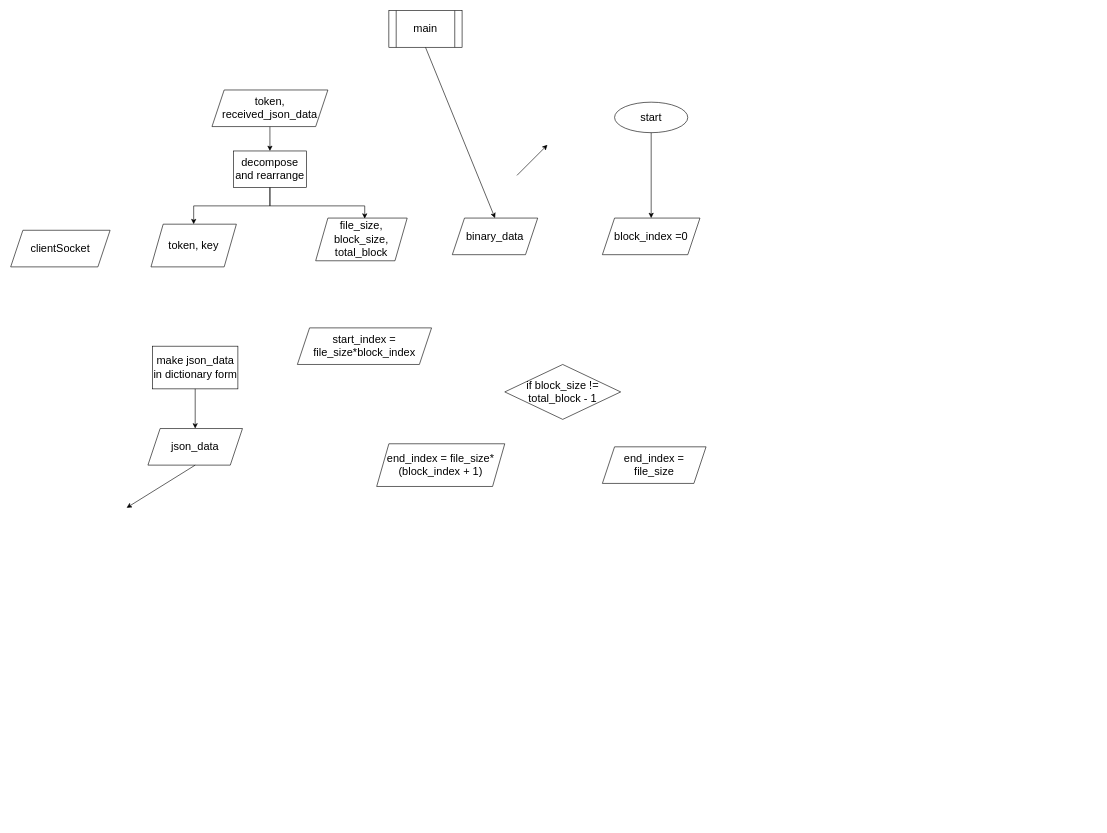
Earlier version of the draw.io diagram page "file uploading" (5 of 5) of Untitled Diagram.drawio (1102131860/CAN201). Source tidied: cells renumbered, new cells numbered last; positions are measured from the earlier drawing's top-left corner, leaving out a move shared by most shapes. Both pictures are drawn from the tidied source at 61%, with x=0, y=0 at pixel (10, 10).
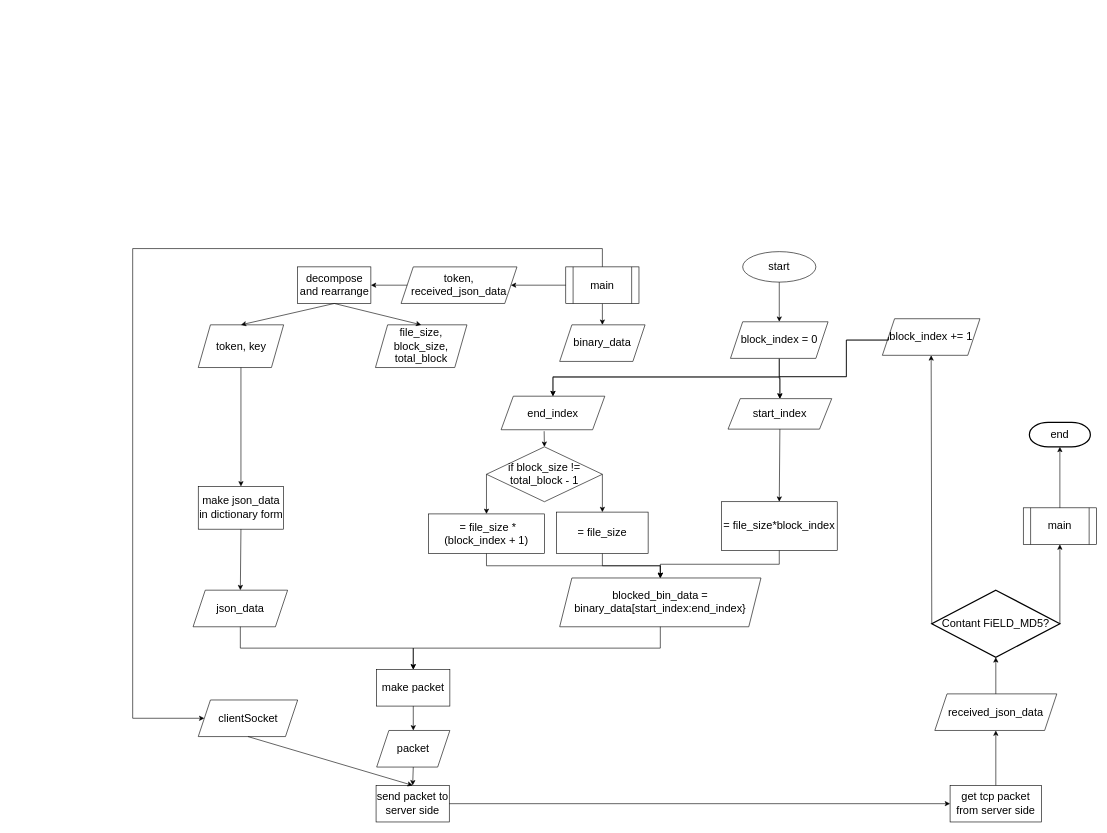
The same diagram, later.

The edit, as a diff of the source:
```diff
@@
     <mxCell id="2" value="start" style="ellipse;whiteSpace=wrap;html=1;fontSize=18;" parent="1" vertex="1">
-      <mxGeometry x="990" y="150" width="120" height="50" as="geometry" />
+      <mxGeometry x="1200" y="395" width="120" height="50" as="geometry" />
     </mxCell>
-    <mxCell id="3" style="endArrow=classic;html=1;rounded=0;fontSize=18;exitX=0.5;exitY=1;exitDx=0;exitDy=0;entryX=0.5;entryY=0;entryDx=0;entryDy=0;" parent="1" edge="1" source="18" target="8">
-      <mxGeometry relative="1" as="geometry" />
-    </mxCell>
     <mxCell id="4" value="make json_data in dictionary form" style="rounded=0;whiteSpace=wrap;html=1;fontSize=18;" parent="1" vertex="1">
-      <mxGeometry x="232.5" y="550" width="140" height="70" as="geometry" />
+      <mxGeometry x="307.5" y="780" width="140" height="70" as="geometry" />
     </mxCell>
@@
     <mxCell id="6" value="json_data" style="shape=parallelogram;perimeter=parallelogramPerimeter;whiteSpace=wrap;html=1;fixedSize=1;fontSize=18;" parent="1" vertex="1">
-      <mxGeometry x="225" y="685" width="155" height="60" as="geometry" />
+      <mxGeometry x="299" y="950" width="155" height="60" as="geometry" />
     </mxCell>
-    <mxCell id="7" style="endArrow=classic;html=1;rounded=0;fontSize=18;exitX=0.5;exitY=1;exitDx=0;exitDy=0;" parent="1" edge="1" source="6">
-      <mxGeometry relative="1" as="geometry">
-        <mxPoint x="190" y="815" as="targetPoint" />
-      </mxGeometry>
+    <mxCell id="7" style="endArrow=classic;html=1;rounded=0;fontSize=18;exitX=0.5;exitY=1;exitDx=0;exitDy=0;entryX=0.5;entryY=0;entryDx=0;entryDy=0;edgeStyle=orthogonalEdgeStyle;" parent="1" edge="1" source="6" target="29">
+      <mxGeometry relative="1" as="geometry" />
     </mxCell>
     <mxCell id="8" value="decompose and rearrange" style="rounded=0;whiteSpace=wrap;html=1;fontSize=18;" parent="1" vertex="1">
-      <mxGeometry x="365" y="230" width="120" height="60" as="geometry" />
+      <mxGeometry x="470.5" y="420" width="120" height="60" as="geometry" />
     </mxCell>
-    <mxCell id="9" style="endArrow=classic;html=1;rounded=0;fontSize=18;" parent="1" edge="1">
+    <mxCell id="9" style="endArrow=classic;html=1;rounded=0;fontSize=18;exitX=0.5;exitY=0;exitDx=0;exitDy=0;edgeStyle=orthogonalEdgeStyle;entryX=0;entryY=0.5;entryDx=0;entryDy=0;" parent="1" edge="1" source="20" target="24">
       <mxGeometry relative="1" as="geometry">
-        <mxPoint x="830" y="270" as="sourcePoint" />
-        <mxPoint x="880" y="220" as="targetPoint" />
+        <Array as="points">
+          <mxPoint x="970" y="390" />
+          <mxPoint x="200" y="390" />
+          <mxPoint x="200" y="1160" />
+        </Array>
       </mxGeometry>
     </mxCell>
-    <mxCell id="10" value="block_index =0" style="shape=parallelogram;perimeter=parallelogramPerimeter;whiteSpace=wrap;html=1;fixedSize=1;fontSize=18;" parent="1" vertex="1">
-      <mxGeometry x="970" y="340" width="160" height="60" as="geometry" />
-    </mxCell>
-    <mxCell id="11" style="endArrow=classic;html=1;rounded=0;fontSize=18;exitX=0.5;exitY=1;exitDx=0;exitDy=0;entryX=0.5;entryY=0;entryDx=0;entryDy=0;edgeStyle=orthogonalEdgeStyle;" parent="1" edge="1" source="8" target="22">
-      <mxGeometry relative="1" as="geometry" />
-    </mxCell>
-    <mxCell id="12" style="endArrow=classic;html=1;rounded=0;fontSize=18;exitX=0.5;exitY=1;exitDx=0;exitDy=0;entryX=0.536;entryY=0.013;entryDx=0;entryDy=0;edgeStyle=orthogonalEdgeStyle;entryPerimeter=0;" parent="1" edge="1" source="8" target="23">
-      <mxGeometry relative="1" as="geometry">
-        <Array as="points">
-          <mxPoint x="425" y="320" />
-          <mxPoint x="580" y="320" />
-        </Array>
-      </mxGeometry>
-    </mxCell>
-    <mxCell id="13" style="endArrow=classic;html=1;rounded=0;fontSize=18;exitX=0.5;exitY=1;exitDx=0;exitDy=0;entryX=0.5;entryY=0;entryDx=0;entryDy=0;" parent="1" edge="1" source="2" target="10">
+    <mxCell id="13" style="endArrow=classic;html=1;rounded=0;fontSize=18;exitX=0.5;exitY=1;exitDx=0;exitDy=0;entryX=0.5;entryY=0;entryDx=0;entryDy=0;" parent="1" edge="1" source="2" target="49">
       <mxGeometry relative="1" as="geometry" />
     </mxCell>
-    <mxCell id="14" value="start_index = file_size*block_index" style="shape=parallelogram;perimeter=parallelogramPerimeter;whiteSpace=wrap;html=1;fixedSize=1;fontSize=18;" parent="1" vertex="1">
-      <mxGeometry x="470" y="520" width="220" height="60" as="geometry" />
+    <mxCell id="14" value="start_index" style="shape=parallelogram;perimeter=parallelogramPerimeter;whiteSpace=wrap;html=1;fixedSize=1;fontSize=18;" parent="1" vertex="1">
+      <mxGeometry x="1176" y="636" width="170" height="50" as="geometry" />
     </mxCell>
     <mxCell id="15" value="if block_size != total_block - 1" style="rhombus;whiteSpace=wrap;html=1;fontSize=18;" parent="1" vertex="1">
-      <mxGeometry x="810" y="580" width="190" height="90" as="geometry" />
+      <mxGeometry x="780" y="715" width="190" height="90" as="geometry" />
     </mxCell>
-    <mxCell id="16" value="end_index = file_size*(block_index + 1)" style="shape=parallelogram;perimeter=parallelogramPerimeter;whiteSpace=wrap;html=1;fixedSize=1;fontSize=18;" parent="1" vertex="1">
-      <mxGeometry x="600" y="710" width="210" height="70" as="geometry" />
+    <mxCell id="16" value="end_index" style="shape=parallelogram;perimeter=parallelogramPerimeter;whiteSpace=wrap;html=1;fixedSize=1;fontSize=18;" parent="1" vertex="1">
+      <mxGeometry x="804" y="632" width="170" height="55" as="geometry" />
     </mxCell>
-    <mxCell id="17" value="end_index = file_size" style="shape=parallelogram;perimeter=parallelogramPerimeter;whiteSpace=wrap;html=1;fixedSize=1;fontSize=18;" parent="1" vertex="1">
-      <mxGeometry x="970" y="715" width="170" height="60" as="geometry" />
-    </mxCell>
     <mxCell id="18" value="token,&lt;br&gt;received_json_data" style="shape=parallelogram;perimeter=parallelogramPerimeter;whiteSpace=wrap;html=1;fixedSize=1;fontSize=18;" parent="1" vertex="1">
-      <mxGeometry x="330" y="130" width="190" height="60" as="geometry" />
+      <mxGeometry x="640" y="420" width="190" height="60" as="geometry" />
     </mxCell>
@@
     <mxCell id="20" value="main" style="shape=process;whiteSpace=wrap;html=1;backgroundOutline=1;fontSize=18;" parent="1" vertex="1">
-      <mxGeometry x="620" width="120" height="60" as="geometry" />
+      <mxGeometry x="910" y="420" width="120" height="60" as="geometry" />
     </mxCell>
     <mxCell id="21" value="binary_data" style="shape=parallelogram;perimeter=parallelogramPerimeter;whiteSpace=wrap;html=1;fixedSize=1;fontSize=18;" parent="1" vertex="1">
-      <mxGeometry x="724" y="340" width="140" height="60" as="geometry" />
+      <mxGeometry x="900" y="515" width="140" height="60" as="geometry" />
     </mxCell>
     <mxCell id="22" value="token, key" style="shape=parallelogram;perimeter=parallelogramPerimeter;whiteSpace=wrap;html=1;fixedSize=1;fontSize=18;" parent="1" vertex="1">
-      <mxGeometry x="230" y="350" width="140" height="70" as="geometry" />
+      <mxGeometry x="307.5" y="515" width="140" height="70" as="geometry" />
     </mxCell>
     <mxCell id="23" value="file_size, block_size, total_block" style="shape=parallelogram;perimeter=parallelogramPerimeter;whiteSpace=wrap;html=1;fixedSize=1;fontSize=18;" parent="1" vertex="1">
-      <mxGeometry x="500" y="340" width="150" height="70" as="geometry" />
+      <mxGeometry x="598" y="515" width="150" height="70" as="geometry" />
     </mxCell>
     <mxCell id="24" value="clientSocket" style="shape=parallelogram;perimeter=parallelogramPerimeter;whiteSpace=wrap;html=1;fixedSize=1;fontSize=18;" parent="1" vertex="1">
-      <mxGeometry y="360" width="163" height="60" as="geometry" />
+      <mxGeometry x="307.5" y="1130" width="163" height="60" as="geometry" />
     </mxCell>
+    <mxCell id="25" value="blocked_bin_data = binary_data[start_index:end_index}" style="shape=parallelogram;perimeter=parallelogramPerimeter;whiteSpace=wrap;html=1;fixedSize=1;fontSize=18;" parent="1" vertex="1">
+      <mxGeometry x="900" y="930" width="330" height="80" as="geometry" />
+    </mxCell>
+    <mxCell id="26" value="&amp;nbsp;= file_size *(block_index + 1)" style="rounded=0;whiteSpace=wrap;html=1;fontSize=18;" parent="1" vertex="1">
+      <mxGeometry x="685" y="825" width="190" height="65" as="geometry" />
+    </mxCell>
+    <mxCell id="27" value="= file_size" style="rounded=0;whiteSpace=wrap;html=1;fontSize=18;" parent="1" vertex="1">
+      <mxGeometry x="895" y="822" width="150" height="68" as="geometry" />
+    </mxCell>
+    <mxCell id="28" value="= file_size*block_index" style="rounded=0;whiteSpace=wrap;html=1;fontSize=18;" parent="1" vertex="1">
+      <mxGeometry x="1165" y="805" width="190" height="80" as="geometry" />
+    </mxCell>
+    <mxCell id="29" value="make packet" style="rounded=0;whiteSpace=wrap;html=1;fontSize=18;" parent="1" vertex="1">
+      <mxGeometry x="600" y="1080" width="120" height="60" as="geometry" />
+    </mxCell>
+    <mxCell id="30" value="packet" style="shape=parallelogram;perimeter=parallelogramPerimeter;whiteSpace=wrap;html=1;fixedSize=1;fontSize=18;" parent="1" vertex="1">
+      <mxGeometry x="600" y="1180" width="120" height="60" as="geometry" />
+    </mxCell>
+    <mxCell id="31" value="send packet to server side" style="rounded=0;whiteSpace=wrap;html=1;fontSize=18;" parent="1" vertex="1">
+      <mxGeometry x="599" y="1270" width="120" height="60" as="geometry" />
+    </mxCell>
+    <mxCell id="32" value="get tcp packet from server side" style="rounded=0;whiteSpace=wrap;html=1;fontSize=18;" parent="1" vertex="1">
+      <mxGeometry x="1540" y="1270" width="150" height="60" as="geometry" />
+    </mxCell>
+    <mxCell id="33" value="Contant FiELD_MD5?" style="strokeWidth=2;html=1;shape=mxgraph.flowchart.decision;whiteSpace=wrap;fontSize=18;" parent="1" vertex="1">
+      <mxGeometry x="1510" y="950" width="210" height="110" as="geometry" />
+    </mxCell>
+    <mxCell id="34" value="received_json_data" style="shape=parallelogram;perimeter=parallelogramPerimeter;whiteSpace=wrap;html=1;fixedSize=1;fontSize=18;" parent="1" vertex="1">
+      <mxGeometry x="1515" y="1120" width="200" height="60" as="geometry" />
+    </mxCell>
+    <mxCell id="35" value="main" style="shape=process;whiteSpace=wrap;html=1;backgroundOutline=1;fontSize=18;" parent="1" vertex="1">
+      <mxGeometry x="1660" y="815" width="120" height="60" as="geometry" />
+    </mxCell>
+    <mxCell id="36" value="end" style="strokeWidth=2;html=1;shape=mxgraph.flowchart.terminator;whiteSpace=wrap;fontSize=18;" parent="1" vertex="1">
+      <mxGeometry x="1670" y="675" width="100" height="40" as="geometry" />
+    </mxCell>
+    <mxCell id="37" style="endArrow=classic;html=1;rounded=0;fontSize=18;entryX=1;entryY=0.5;entryDx=0;entryDy=0;exitX=0;exitY=0.5;exitDx=0;exitDy=0;" parent="1" edge="1" source="20" target="18">
+      <mxGeometry relative="1" as="geometry" />
+    </mxCell>
+    <mxCell id="3" style="endArrow=classic;html=1;rounded=0;fontSize=18;entryX=1;entryY=0.5;entryDx=0;entryDy=0;exitX=0;exitY=0.5;exitDx=0;exitDy=0;" parent="1" edge="1" source="18" target="8">
+      <mxGeometry relative="1" as="geometry" />
+    </mxCell>
+    <mxCell id="11" style="endArrow=classic;html=1;rounded=0;fontSize=18;exitX=0.5;exitY=1;exitDx=0;exitDy=0;entryX=0.5;entryY=0;entryDx=0;entryDy=0;" parent="1" edge="1" source="8" target="22">
+      <mxGeometry relative="1" as="geometry" />
+    </mxCell>
+    <mxCell id="12" style="endArrow=classic;html=1;rounded=0;fontSize=18;entryX=0.5;entryY=0;entryDx=0;entryDy=0;exitX=0.5;exitY=1;exitDx=0;exitDy=0;" parent="1" edge="1" source="8" target="23">
+      <mxGeometry relative="1" as="geometry" />
+    </mxCell>
+    <mxCell id="38" style="endArrow=classic;html=1;rounded=0;fontSize=18;entryX=0.5;entryY=0;entryDx=0;entryDy=0;exitX=0.5;exitY=1;exitDx=0;exitDy=0;edgeStyle=orthogonalEdgeStyle;" parent="1" edge="1" source="49" target="14">
+      <mxGeometry relative="1" as="geometry" />
+    </mxCell>
+    <mxCell id="39" style="endArrow=classic;html=1;rounded=0;fontSize=18;entryX=0.5;entryY=0;entryDx=0;entryDy=0;exitX=0.5;exitY=1;exitDx=0;exitDy=0;edgeStyle=orthogonalEdgeStyle;" parent="1" edge="1" source="49" target="16">
+      <mxGeometry relative="1" as="geometry" />
+    </mxCell>
+    <mxCell id="40" style="endArrow=classic;html=1;rounded=0;fontSize=18;exitX=0.415;exitY=1.043;exitDx=0;exitDy=0;exitPerimeter=0;entryX=0.5;entryY=0;entryDx=0;entryDy=0;" parent="1" edge="1" source="16" target="15">
+      <mxGeometry relative="1" as="geometry" />
+    </mxCell>
+    <mxCell id="41" style="endArrow=classic;html=1;rounded=0;fontSize=18;exitX=0.5;exitY=1;exitDx=0;exitDy=0;entryX=0.5;entryY=0;entryDx=0;entryDy=0;" parent="1" edge="1" source="22" target="4">
+      <mxGeometry relative="1" as="geometry" />
+    </mxCell>
+    <mxCell id="42" style="endArrow=classic;html=1;rounded=0;fontSize=18;exitX=0;exitY=0.5;exitDx=0;exitDy=0;entryX=0.5;entryY=0;entryDx=0;entryDy=0;" parent="1" edge="1" source="15" target="26">
+      <mxGeometry relative="1" as="geometry" />
+    </mxCell>
+    <mxCell id="43" style="endArrow=classic;html=1;rounded=0;fontSize=18;exitX=1;exitY=0.5;exitDx=0;exitDy=0;entryX=0.5;entryY=0;entryDx=0;entryDy=0;" parent="1" edge="1" source="15" target="27">
+      <mxGeometry relative="1" as="geometry" />
+    </mxCell>
+    <mxCell id="44" style="endArrow=classic;html=1;rounded=0;fontSize=18;exitX=0.5;exitY=1;exitDx=0;exitDy=0;entryX=0.5;entryY=0;entryDx=0;entryDy=0;edgeStyle=orthogonalEdgeStyle;" parent="1" edge="1" source="26" target="25">
+      <mxGeometry relative="1" as="geometry" />
+    </mxCell>
+    <mxCell id="45" style="endArrow=classic;html=1;rounded=0;fontSize=18;exitX=0.5;exitY=1;exitDx=0;exitDy=0;entryX=0.5;entryY=0;entryDx=0;entryDy=0;edgeStyle=orthogonalEdgeStyle;" parent="1" edge="1" source="27" target="25">
+      <mxGeometry relative="1" as="geometry" />
+    </mxCell>
+    <mxCell id="46" style="endArrow=classic;html=1;rounded=0;fontSize=18;exitX=0.5;exitY=1;exitDx=0;exitDy=0;entryX=0.5;entryY=0;entryDx=0;entryDy=0;edgeStyle=orthogonalEdgeStyle;" parent="1" edge="1" source="28" target="25">
+      <mxGeometry relative="1" as="geometry" />
+    </mxCell>
+    <mxCell id="47" style="endArrow=classic;html=1;rounded=0;fontSize=18;exitX=0.5;exitY=1;exitDx=0;exitDy=0;entryX=0.5;entryY=0;entryDx=0;entryDy=0;" parent="1" edge="1" source="14" target="28">
+      <mxGeometry relative="1" as="geometry" />
+    </mxCell>
+    <mxCell id="48" style="endArrow=classic;html=1;rounded=0;fontSize=18;exitX=0.5;exitY=1;exitDx=0;exitDy=0;entryX=0.5;entryY=0;entryDx=0;entryDy=0;edgeStyle=orthogonalEdgeStyle;" parent="1" edge="1" source="25" target="29">
+      <mxGeometry relative="1" as="geometry" />
+    </mxCell>
+    <mxCell id="49" value="block_index = 0" style="shape=parallelogram;perimeter=parallelogramPerimeter;whiteSpace=wrap;html=1;fixedSize=1;fontSize=18;" parent="1" vertex="1">
+      <mxGeometry x="1180" y="510" width="160" height="60" as="geometry" />
+    </mxCell>
+    <mxCell id="50" value="block_index += 1" style="shape=parallelogram;perimeter=parallelogramPerimeter;whiteSpace=wrap;html=1;fixedSize=1;fontSize=18;" parent="1" vertex="1">
+      <mxGeometry x="1429" y="505" width="160" height="60" as="geometry" />
+    </mxCell>
+    <mxCell id="51" style="endArrow=classic;html=1;rounded=0;fontSize=18;exitX=0.5;exitY=1;exitDx=0;exitDy=0;entryX=0.5;entryY=0;entryDx=0;entryDy=0;" parent="1" edge="1" source="29" target="30">
+      <mxGeometry relative="1" as="geometry" />
+    </mxCell>
+    <mxCell id="52" style="endArrow=classic;html=1;rounded=0;fontSize=18;exitX=0.5;exitY=1;exitDx=0;exitDy=0;entryX=0.5;entryY=0;entryDx=0;entryDy=0;" parent="1" edge="1" source="30" target="31">
+      <mxGeometry relative="1" as="geometry" />
+    </mxCell>
+    <mxCell id="53" style="endArrow=classic;html=1;rounded=0;fontSize=18;exitX=0.5;exitY=1;exitDx=0;exitDy=0;entryX=0.5;entryY=0;entryDx=0;entryDy=0;" parent="1" edge="1" source="24" target="31">
+      <mxGeometry relative="1" as="geometry" />
+    </mxCell>
+    <mxCell id="54" style="endArrow=classic;html=1;rounded=0;fontSize=18;exitX=1;exitY=0.5;exitDx=0;exitDy=0;entryX=0;entryY=0.5;entryDx=0;entryDy=0;" parent="1" edge="1" source="31" target="32">
+      <mxGeometry relative="1" as="geometry" />
+    </mxCell>
+    <mxCell id="55" style="endArrow=classic;html=1;rounded=0;fontSize=18;entryX=0.5;entryY=1;entryDx=0;entryDy=0;exitX=0.5;exitY=0;exitDx=0;exitDy=0;" parent="1" edge="1" source="32" target="34">
+      <mxGeometry relative="1" as="geometry" />
+    </mxCell>
+    <mxCell id="56" style="endArrow=classic;html=1;rounded=0;fontSize=18;entryX=0.5;entryY=1;entryDx=0;entryDy=0;exitX=0;exitY=0.5;exitDx=0;exitDy=0;exitPerimeter=0;" parent="1" edge="1" source="33" target="50">
+      <mxGeometry relative="1" as="geometry" />
+    </mxCell>
+    <mxCell id="57" style="endArrow=classic;html=1;rounded=0;fontSize=18;entryX=0.5;entryY=1;entryDx=0;entryDy=0;entryPerimeter=0;exitX=0.5;exitY=0;exitDx=0;exitDy=0;" parent="1" edge="1" source="34" target="33">
+      <mxGeometry relative="1" as="geometry" />
+    </mxCell>
+    <mxCell id="58" style="endArrow=classic;html=1;rounded=0;fontSize=18;entryX=0.5;entryY=1;entryDx=0;entryDy=0;exitX=1;exitY=0.5;exitDx=0;exitDy=0;exitPerimeter=0;" parent="1" edge="1" source="33" target="35">
+      <mxGeometry relative="1" as="geometry" />
+    </mxCell>
+    <mxCell id="59" style="endArrow=classic;html=1;rounded=0;fontSize=18;entryX=0.5;entryY=1;entryDx=0;entryDy=0;entryPerimeter=0;exitX=0.5;exitY=0;exitDx=0;exitDy=0;" parent="1" edge="1" source="35" target="36">
+      <mxGeometry relative="1" as="geometry" />
+    </mxCell>
+    <mxCell id="60" style="endArrow=classic;html=1;rounded=0;fontSize=18;entryX=0.5;entryY=0;entryDx=0;entryDy=0;exitX=0;exitY=0.5;exitDx=0;exitDy=0;edgeStyle=orthogonalEdgeStyle;" parent="1" edge="1" source="50" target="14">
+      <mxGeometry relative="1" as="geometry">
+        <Array as="points">
+          <mxPoint x="1370" y="540" />
+          <mxPoint x="1370" y="600" />
+          <mxPoint x="1261" y="600" />
+        </Array>
+      </mxGeometry>
+    </mxCell>
+    <mxCell id="61" style="endArrow=classic;html=1;rounded=0;fontSize=18;entryX=0.5;entryY=0;entryDx=0;entryDy=0;exitX=0;exitY=0.5;exitDx=0;exitDy=0;edgeStyle=orthogonalEdgeStyle;" parent="1" edge="1" source="50" target="16">
+      <mxGeometry relative="1" as="geometry">
+        <Array as="points">
+          <mxPoint x="1370" y="540" />
+          <mxPoint x="1370" y="600" />
+          <mxPoint x="889" y="600" />
+        </Array>
+      </mxGeometry>
+    </mxCell>
```
